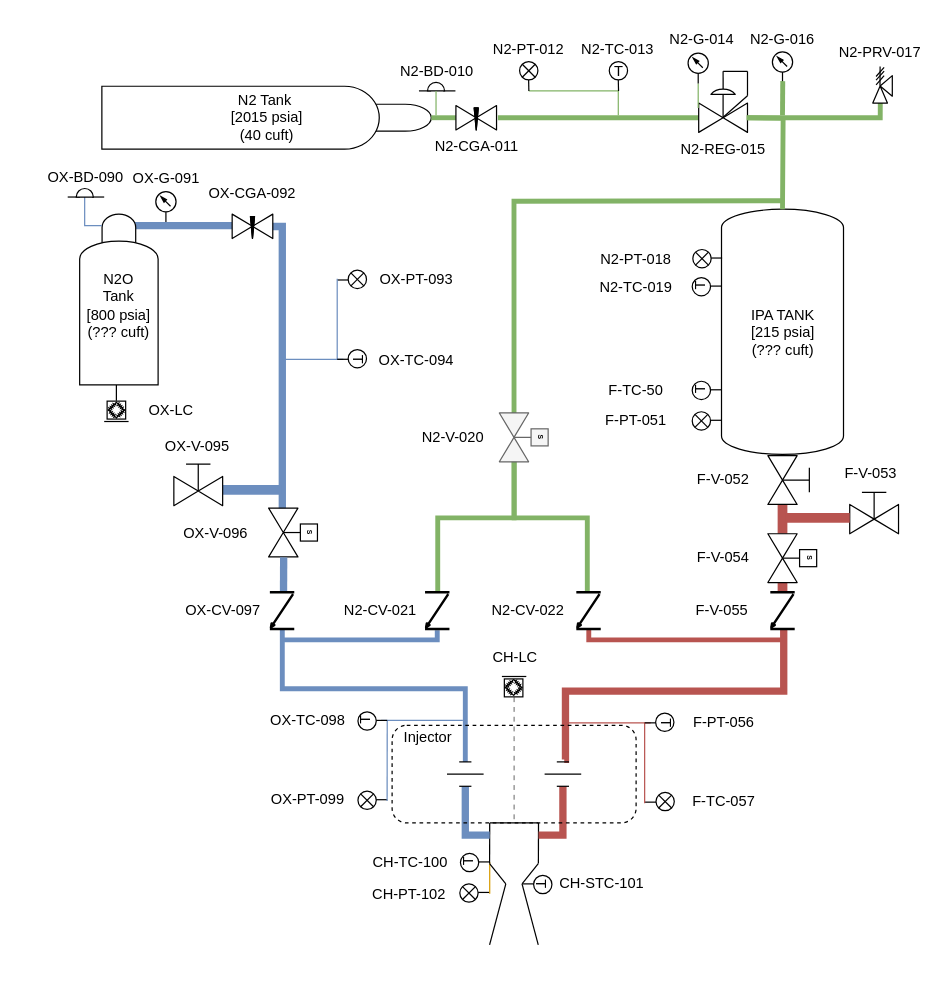
Earlier version of the draw.io diagram projects/liquid/diagrams/GasThrusterP&ID.drawio (ControlSoup/Thrusty). Source tidied: cells renumbered, new cells numbered last; positions are measured from the earlier drawing's top-left corner, leaving out a move shared by most shapes. Both pictures are drawn from the tidied source at 122%, with x=0, y=0 at pixel (21, -48).
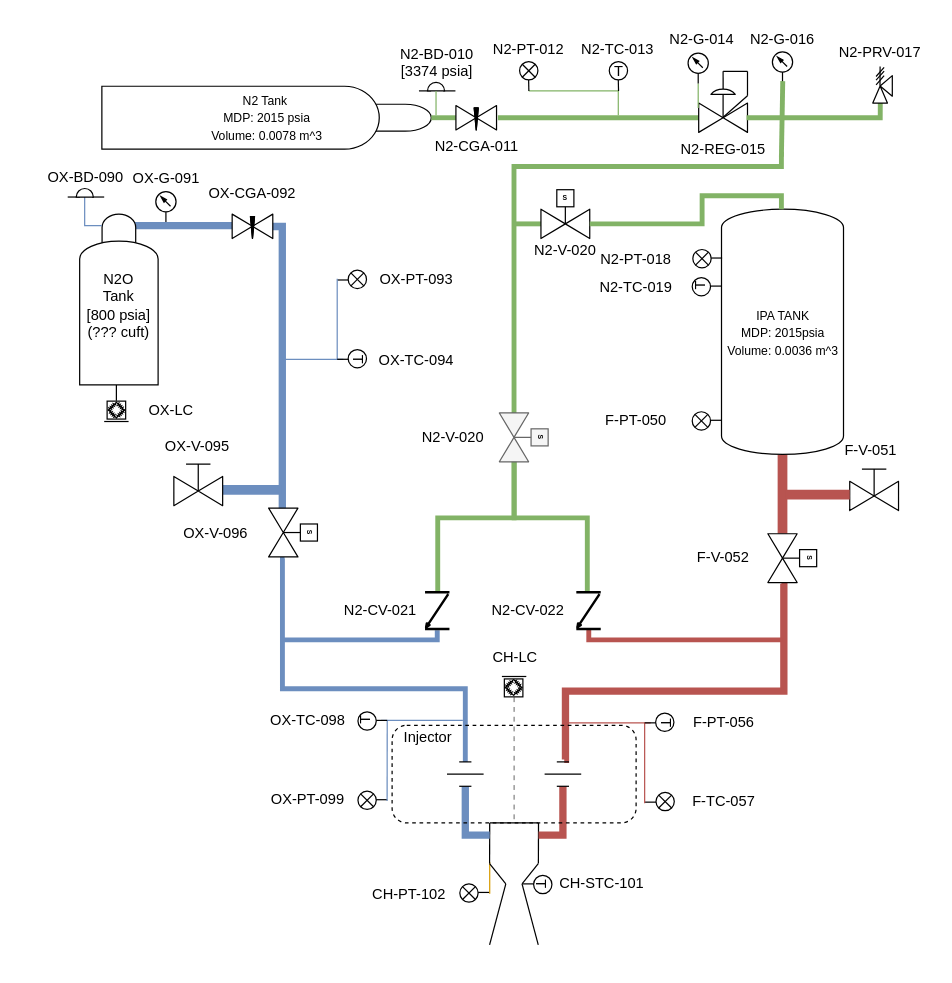
Above is the later version.

Unchanged cells that the change refers to:
```xml
<mxCell id="92" style="verticalLabelPosition=bottom;align=center;html=1;verticalAlign=top;dashed=0;shape=mxgraph.pid2valves.valve;valveType=gate;actuator=solenoid;fontSize=2;rotation=90;points=[[0.3,0,0,0,0],[0.3,1,0,0,0]];" parent="1" vertex="1">
  <mxGeometry x="202.7" y="455" width="40" height="40" as="geometry" />
</mxCell>
<mxCell id="95" style="verticalLabelPosition=bottom;align=center;html=1;verticalAlign=top;dashed=0;shape=mxgraph.pid2valves.valve;valveType=gate;actuator=solenoid;fontSize=2;rotation=90;points=[[0.3,0,0,0,0],[0.3,1,0,0,0]];fillColor=#f5f5f5;fontColor=#333333;strokeColor=#666666;" parent="1" vertex="1">
  <mxGeometry x="391.8" y="377" width="40" height="40" as="geometry" />
</mxCell>
<mxCell id="163" style="verticalLabelPosition=bottom;align=center;html=1;verticalAlign=top;dashed=0;shape=mxgraph.pid2valves.valve;valveType=gate;actuator=solenoid;fontSize=2;rotation=90;points=[[0,0.7,0,0,0],[1,0.7,0,60,0]];" parent="1" vertex="1">
  <mxGeometry x="611.9" y="476" width="40" height="40" as="geometry" />
</mxCell>
```

Diff of the diagram source:
```diff
@@
-    <mxCell id="3" value="N2 Tank&amp;nbsp;&lt;br&gt;[2015 psia]&lt;br&gt;(40 cuft)" style="shape=mxgraph.pid.vessels.gas_bottle;html=1;align=center;verticalLabelPosition=middle;verticalAlign=middle;dashed=0;rotation=90;horizontal=0;labelPosition=center;" parent="1" vertex="1">
+    <mxCell id="3" value="&lt;font style=&quot;font-size: 10px;&quot;&gt;N2 Tank&amp;nbsp;&lt;br&gt;MDP: 2015 psia&lt;br&gt;Volume: 0.0078 m^3&lt;/font&gt;" style="shape=mxgraph.pid.vessels.gas_bottle;html=1;align=center;verticalLabelPosition=middle;verticalAlign=middle;dashed=0;rotation=90;horizontal=0;labelPosition=center;" parent="1" vertex="1">
       <mxGeometry x="175.2" width="51.6" height="270" as="geometry" />
     </mxCell>
@@
-    <mxCell id="16" style="edgeStyle=none;rounded=1;html=1;strokeWidth=8;fontSize=2;endArrow=none;endFill=0;entryX=0;entryY=0.7;entryDx=0;entryDy=0;entryPerimeter=0;fillColor=#f8cecc;strokeColor=#b85450;startArrow=none;exitX=1;exitY=0.7;exitDx=0;exitDy=0;exitPerimeter=0;" parent="1" edge="1" target="163">
-      <mxGeometry relative="1" as="geometry">
-        <mxPoint x="623.9" y="451" as="sourcePoint" />
-      </mxGeometry>
+    <mxCell id="16" style="edgeStyle=none;rounded=1;html=1;strokeWidth=8;fontSize=2;endArrow=none;endFill=0;entryX=0;entryY=0.7;entryDx=0;entryDy=0;entryPerimeter=0;fillColor=#f8cecc;strokeColor=#b85450;startArrow=none;" parent="1" edge="1" source="17" target="163">
+      <mxGeometry relative="1" as="geometry" />
     </mxCell>
-    <mxCell id="17" value="IPA TANK&lt;br&gt;[215 psia]&lt;br&gt;(??? cuft)" style="shape=mxgraph.pid.vessels.pressurized_vessel;html=1;align=center;verticalLabelPosition=middle;verticalAlign=middle;dashed=0;horizontal=1;labelPosition=center;" parent="1" vertex="1">
+    <mxCell id="17" value="&lt;font style=&quot;font-size: 10px;&quot;&gt;IPA TANK&lt;br&gt;MDP: 2015psia&lt;br&gt;Volume:&amp;nbsp;0.0036 m^3&lt;/font&gt;" style="shape=mxgraph.pid.vessels.pressurized_vessel;html=1;align=center;verticalLabelPosition=middle;verticalAlign=middle;dashed=0;horizontal=1;labelPosition=center;" parent="1" vertex="1">
       <mxGeometry x="573.9" y="210" width="100" height="201" as="geometry" />
     </mxCell>
-    <mxCell id="18" value="N2-BD-010" style="group;verticalAlign=bottom;horizontal=1;labelPosition=center;verticalLabelPosition=top;align=center;" parent="1" vertex="1">
+    <mxCell id="18" value="N2-BD-010&#10;[3374 psia]" style="group;verticalAlign=bottom;horizontal=1;labelPosition=center;verticalLabelPosition=top;align=center;" parent="1" vertex="1">
       <mxGeometry x="325.9" y="106" width="29.9" height="7" as="geometry" />
     </mxCell>
@@
-    <mxCell id="24" value="F-V-052" style="text;strokeColor=none;align=center;fillColor=none;html=1;verticalAlign=middle;whiteSpace=wrap;rounded=0;" parent="1" vertex="1">
-      <mxGeometry x="526.9" y="417" width="97.2" height="30" as="geometry" />
-    </mxCell>
@@
-    <mxCell id="45" style="edgeStyle=orthogonalEdgeStyle;rounded=0;orthogonalLoop=1;jettySize=auto;html=1;fillColor=#dae8fc;strokeColor=#6c8ebf;endArrow=none;endFill=0;strokeWidth=4;" parent="1" edge="1">
+    <mxCell id="45" style="edgeStyle=orthogonalEdgeStyle;rounded=0;jettySize=auto;html=1;fillColor=#dae8fc;strokeColor=#6c8ebf;endArrow=none;endFill=0;strokeWidth=4;exitX=1.032;exitY=0.674;exitDx=0;exitDy=0;exitPerimeter=0;" parent="1" edge="1" source="92">
       <mxGeometry relative="1" as="geometry">
-        <mxPoint x="213.9" y="554" as="sourcePoint" />
         <mxPoint x="363.9" y="663" as="targetPoint" />
         <Array as="points">
-          <mxPoint x="213.9" y="603" />
-          <mxPoint x="363.9" y="603" />
+          <mxPoint x="214" y="496" />
+          <mxPoint x="214" y="603" />
+          <mxPoint x="364" y="603" />
         </Array>
       </mxGeometry>
     </mxCell>
@@
-    <mxCell id="52" style="edgeStyle=orthogonalEdgeStyle;rounded=0;orthogonalLoop=1;jettySize=auto;html=1;fillColor=#f8cecc;strokeColor=#b85450;endArrow=none;endFill=0;strokeWidth=6;entryX=0.997;entryY=0.498;entryDx=0;entryDy=0;entryPerimeter=0;" parent="1" edge="1">
+    <mxCell id="52" style="edgeStyle=orthogonalEdgeStyle;rounded=0;orthogonalLoop=1;jettySize=auto;html=1;fillColor=#f8cecc;strokeColor=#b85450;endArrow=none;endFill=0;strokeWidth=6;" parent="1" edge="1">
       <mxGeometry relative="1" as="geometry">
         <mxPoint x="445" y="661" as="sourcePoint" />
-        <mxPoint x="624.9" y="553.9" as="targetPoint" />
+        <mxPoint x="623" y="517" as="targetPoint" />
         <Array as="points">
           <mxPoint x="446" y="661" />
           <mxPoint x="446" y="605" />
           <mxPoint x="625" y="605" />
         </Array>
       </mxGeometry>
     </mxCell>
@@
-    <mxCell id="87" value="F-PT-051" style="text;strokeColor=none;align=center;fillColor=none;html=1;verticalAlign=middle;whiteSpace=wrap;rounded=0;" parent="1" vertex="1">
+    <mxCell id="87" value="F-PT-050" style="text;strokeColor=none;align=center;fillColor=none;html=1;verticalAlign=middle;whiteSpace=wrap;rounded=0;" parent="1" vertex="1">
       <mxGeometry x="454.4" y="368" width="100" height="30" as="geometry" />
     </mxCell>
-    <mxCell id="88" value="F-V-054" style="text;strokeColor=none;align=center;fillColor=none;html=1;verticalAlign=middle;whiteSpace=wrap;rounded=0;" parent="1" vertex="1">
+    <mxCell id="88" value="F-V-052" style="text;strokeColor=none;align=center;fillColor=none;html=1;verticalAlign=middle;whiteSpace=wrap;rounded=0;" parent="1" vertex="1">
       <mxGeometry x="526.9" y="481" width="97.2" height="30" as="geometry" />
     </mxCell>
-    <mxCell id="89" style="verticalLabelPosition=bottom;align=center;html=1;verticalAlign=top;dashed=0;shape=mxgraph.pid2valves.valve;valveType=gate;actuator=man;rotation=90;" parent="1" vertex="1">
-      <mxGeometry x="611.9" y="412" width="40" height="40" as="geometry" />
-    </mxCell>
     <mxCell id="90" style="edgeStyle=orthogonalEdgeStyle;rounded=0;jettySize=auto;html=1;endArrow=none;endFill=0;fillColor=#d5e8d4;strokeColor=#82b366;strokeWidth=4;entryX=0.021;entryY=0.699;entryDx=0;entryDy=0;entryPerimeter=0;" parent="1" edge="1" target="95">
       <mxGeometry relative="1" as="geometry">
-        <mxPoint x="623.9" y="203" as="sourcePoint" />
+        <mxPoint x="622" y="165" as="sourcePoint" />
+        <Array as="points">
+          <mxPoint x="623" y="165" />
+          <mxPoint x="623" y="175" />
+          <mxPoint x="404" y="175" />
+        </Array>
       </mxGeometry>
     </mxCell>
@@
-    <mxCell id="132" value="&lt;span style=&quot;&quot;&gt;CH-TC-100&lt;/span&gt;" style="text;strokeColor=none;align=center;fillColor=none;html=1;verticalAlign=middle;whiteSpace=wrap;rounded=0;rotation=0;" parent="1" vertex="1">
-      <mxGeometry x="268.9" y="730.5" width="100" height="30" as="geometry" />
-    </mxCell>
-    <mxCell id="133" style="ellipse;whiteSpace=wrap;html=1;rotation=-90;" parent="1" vertex="1">
-      <mxGeometry x="359.9" y="738" width="15" height="15" as="geometry" />
-    </mxCell>
-    <mxCell id="134" value="T" style="text;strokeColor=none;align=center;fillColor=none;html=1;verticalAlign=middle;whiteSpace=wrap;rounded=0;textDirection=ltr;rotation=-90;" parent="1" vertex="1">
-      <mxGeometry x="362.9" y="740" width="7.5" height="10" as="geometry" />
-    </mxCell>
-    <mxCell id="135" style="endArrow=none;html=1;" parent="1" edge="1">
-      <mxGeometry relative="1" as="geometry">
-        <mxPoint x="383.9" y="745" as="sourcePoint" />
-        <mxPoint x="374.9" y="745" as="targetPoint" />
-      </mxGeometry>
-    </mxCell>
@@
-    <mxCell id="160" style="verticalLabelPosition=bottom;align=center;html=1;verticalAlign=top;dashed=0;shape=mxgraph.pid2valves.valve;valveType=check;rounded=1;strokeWidth=2;fontSize=2;fillColor=#18141D;gradientColor=default;rotation=90;" parent="1" vertex="1">
-      <mxGeometry x="198.7" y="529" width="30" height="20" as="geometry" />
-    </mxCell>
-    <mxCell id="161" style="edgeStyle=none;rounded=1;html=1;strokeWidth=8;fontSize=2;endArrow=none;endFill=0;entryX=0;entryY=0.7;entryDx=0;entryDy=0;entryPerimeter=0;fillColor=#f8cecc;strokeColor=#b85450;startArrow=none;exitX=1;exitY=0.7;exitDx=0;exitDy=0;exitPerimeter=0;" parent="1" edge="1">
-      <mxGeometry relative="1" as="geometry">
-        <mxPoint x="623.9" y="516" as="sourcePoint" />
-        <mxPoint x="623.9" y="524" as="targetPoint" />
-      </mxGeometry>
-    </mxCell>
-    <mxCell id="162" style="verticalLabelPosition=bottom;align=center;html=1;verticalAlign=top;dashed=0;shape=mxgraph.pid2valves.valve;valveType=check;rounded=1;strokeWidth=2;fontSize=2;fillColor=none;gradientColor=default;rotation=90;" parent="1" vertex="1">
-      <mxGeometry x="608.9" y="529" width="30" height="20" as="geometry" />
-    </mxCell>
@@
-    <mxCell id="164" style="rounded=0;jettySize=auto;html=1;fillColor=#dae8fc;strokeColor=#6c8ebf;endArrow=none;endFill=0;strokeWidth=6;exitX=1.009;exitY=0.692;exitDx=0;exitDy=0;exitPerimeter=0;" parent="1" edge="1" source="92">
-      <mxGeometry relative="1" as="geometry">
-        <mxPoint x="214.9" y="523" as="targetPoint" />
-      </mxGeometry>
-    </mxCell>
@@
     <mxCell id="183" style="edgeStyle=none;rounded=0;orthogonalLoop=1;jettySize=auto;html=1;endArrow=none;endFill=0;fillColor=#d5e8d4;strokeColor=#82b366;strokeWidth=4;entryX=0.5;entryY=0;entryDx=0;entryDy=0;entryPerimeter=0;" parent="1" edge="1">
       <mxGeometry relative="1" as="geometry">
-        <mxPoint x="623.9" y="133" as="sourcePoint" />
+        <mxPoint x="623" y="167" as="sourcePoint" />
         <mxPoint x="624.1" y="105" as="targetPoint" />
       </mxGeometry>
     </mxCell>
@@
-    <mxCell id="191" style="group;rotation=-90;" parent="1" vertex="1">
-      <mxGeometry x="553.9" y="346" width="15" height="24" as="geometry" />
-    </mxCell>
-    <mxCell id="192" style="ellipse;whiteSpace=wrap;html=1;rotation=-90;" parent="191" vertex="1">
-      <mxGeometry x="-4" y="5" width="15" height="15" as="geometry" />
-    </mxCell>
-    <mxCell id="193" style="endArrow=none;html=1;" parent="191" edge="1">
-      <mxGeometry relative="1" as="geometry">
-        <mxPoint x="20" y="12" as="sourcePoint" />
-        <mxPoint x="11" y="12" as="targetPoint" />
-      </mxGeometry>
-    </mxCell>
-    <mxCell id="194" value="T" style="text;strokeColor=none;align=center;fillColor=none;html=1;verticalAlign=middle;whiteSpace=wrap;rounded=0;textDirection=ltr;rotation=-90;" parent="191" vertex="1">
-      <mxGeometry x="-1" y="7" width="7.5" height="10" as="geometry" />
-    </mxCell>
-    <mxCell id="195" value="&lt;span style=&quot;&quot;&gt;F-TC-50&lt;/span&gt;" style="text;strokeColor=none;align=center;fillColor=none;html=1;verticalAlign=middle;whiteSpace=wrap;rounded=0;" parent="1" vertex="1">
-      <mxGeometry x="454.4" y="344" width="100" height="30" as="geometry" />
-    </mxCell>
-    <mxCell id="196" value="F-V-055" style="text;strokeColor=none;align=center;fillColor=none;html=1;verticalAlign=middle;whiteSpace=wrap;rounded=0;" parent="1" vertex="1">
-      <mxGeometry x="525.9" y="524" width="97.2" height="30" as="geometry" />
-    </mxCell>
@@
-    <mxCell id="199" style="edgeStyle=orthogonalEdgeStyle;rounded=0;orthogonalLoop=1;jettySize=auto;html=1;endArrow=none;endFill=0;fillColor=#d5e8d4;strokeColor=#82b366;strokeWidth=4;exitX=1;exitY=0.7;exitDx=0;exitDy=0;exitPerimeter=0;" parent="1" edge="1">
-      <mxGeometry relative="1" as="geometry">
-        <mxPoint x="595.2" y="135" as="sourcePoint" />
-        <mxPoint x="623.9" y="210" as="targetPoint" />
-      </mxGeometry>
-    </mxCell>
@@
     <mxCell id="208" style="verticalLabelPosition=bottom;align=center;html=1;verticalAlign=top;dashed=0;shape=mxgraph.pid2valves.valve;valveType=gate;actuator=man;rotation=0;" parent="1" vertex="1">
-      <mxGeometry x="679" y="436" width="40" height="40" as="geometry" />
+      <mxGeometry x="679" y="417" width="40" height="40" as="geometry" />
     </mxCell>
     <mxCell id="209" style="edgeStyle=none;rounded=1;html=1;strokeWidth=8;fontSize=2;endArrow=none;endFill=0;fillColor=#f8cecc;strokeColor=#b85450;startArrow=none;" parent="1" edge="1">
       <mxGeometry relative="1" as="geometry">
-        <mxPoint x="679" y="463" as="sourcePoint" />
-        <mxPoint x="626" y="463" as="targetPoint" />
+        <mxPoint x="679" y="444" as="sourcePoint" />
+        <mxPoint x="626" y="444" as="targetPoint" />
       </mxGeometry>
     </mxCell>
-    <mxCell id="210" value="F-V-053" style="text;strokeColor=none;align=center;fillColor=none;html=1;verticalAlign=middle;whiteSpace=wrap;rounded=0;" parent="1" vertex="1">
-      <mxGeometry x="648.2" y="412" width="97.2" height="30" as="geometry" />
+    <mxCell id="210" value="F-V-051" style="text;strokeColor=none;align=center;fillColor=none;html=1;verticalAlign=middle;whiteSpace=wrap;rounded=0;" parent="1" vertex="1">
+      <mxGeometry x="648.2" y="393" width="97.2" height="30" as="geometry" />
     </mxCell>
@@
-    <mxCell id="214" value="OX-CV-097" style="text;strokeColor=none;align=center;fillColor=none;html=1;verticalAlign=middle;whiteSpace=wrap;rounded=0;" parent="1" vertex="1">
-      <mxGeometry x="116.7" y="524" width="97.2" height="30" as="geometry" />
-    </mxCell>
+    <mxCell id="215" style="edgeStyle=none;html=1;exitX=0;exitY=0.7;exitDx=0;exitDy=0;exitPerimeter=0;fontSize=10;endArrow=none;endFill=0;fillColor=#d5e8d4;strokeColor=#82b366;strokeWidth=4;" parent="1" edge="1" source="216">
+      <mxGeometry relative="1" as="geometry">
+        <mxPoint x="403.7" y="222" as="targetPoint" />
+      </mxGeometry>
+    </mxCell>
+    <mxCell id="216" style="verticalLabelPosition=bottom;align=center;html=1;verticalAlign=top;dashed=0;shape=mxgraph.pid2valves.valve;valveType=gate;actuator=solenoid;fontSize=2;rotation=90;direction=north;points=[[0,0.7,0,0,0],[1,0.7,0,0,0]];" parent="1" vertex="1">
+      <mxGeometry x="425.9" y="194" width="40" height="40" as="geometry" />
+    </mxCell>
+    <mxCell id="217" value="&lt;span style=&quot;&quot;&gt;N2-V-020&lt;/span&gt;" style="text;strokeColor=none;align=center;fillColor=none;html=1;verticalAlign=middle;whiteSpace=wrap;rounded=0;rotation=0;" parent="1" vertex="1">
+      <mxGeometry x="395.9" y="229" width="100" height="30" as="geometry" />
+    </mxCell>
+    <mxCell id="218" style="edgeStyle=orthogonalEdgeStyle;rounded=0;jettySize=auto;html=1;endArrow=none;endFill=0;fillColor=#d5e8d4;strokeColor=#82b366;strokeWidth=4;entryX=1;entryY=0.7;entryDx=0;entryDy=0;entryPerimeter=0;exitX=0.491;exitY=0;exitDx=0;exitDy=0;exitPerimeter=0;" parent="1" edge="1" source="17" target="216">
+      <mxGeometry relative="1" as="geometry">
+        <Array as="points">
+          <mxPoint x="623" y="199" />
+          <mxPoint x="558" y="199" />
+          <mxPoint x="558" y="222" />
+        </Array>
+      </mxGeometry>
+    </mxCell>
```
